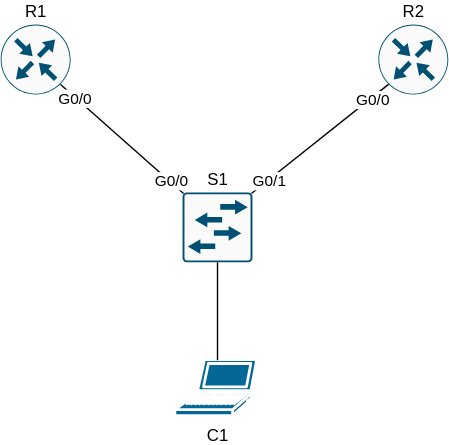
ackindelt-cyber/ackindelt-networking-cml keeps this draw.io diagram as modules/layer-3/first-hop-redundancy/hsrp/basic/topology/diagram.svg. Above is the earlier version. Source tidied: cells renumbered, new cells last; positions are measured from the earlier drawing's top-left corner, leaving out a move shared by most shapes.
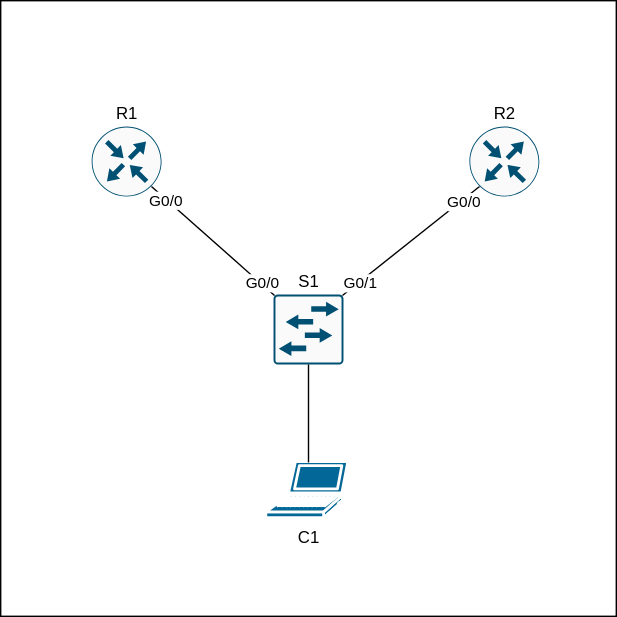
The same diagram one commit later.

What changed in the source:
```diff
@@ -2,6 +2,9 @@
   <root>
     <mxCell id="0" />
     <mxCell id="1" parent="0" />
+    <mxCell id="13" style="whiteSpace=wrap;html=1;" parent="1" vertex="1">
+      <mxGeometry x="-65" y="-90" width="440" height="440" as="geometry" />
+    </mxCell>
     <mxCell id="2" value="C1" style="sketch=0;html=1;dashed=0;fillColor=#036897;strokeColor=#ffffff;strokeWidth=2;verticalLabelPosition=bottom;verticalAlign=top;align=center;outlineConnect=0;shape=mxgraph.cisco.computers_and_peripherals.laptop;" parent="1" vertex="1">
       <mxGeometry x="125" y="240" width="60" height="40" as="geometry" />
     </mxCell>
```
